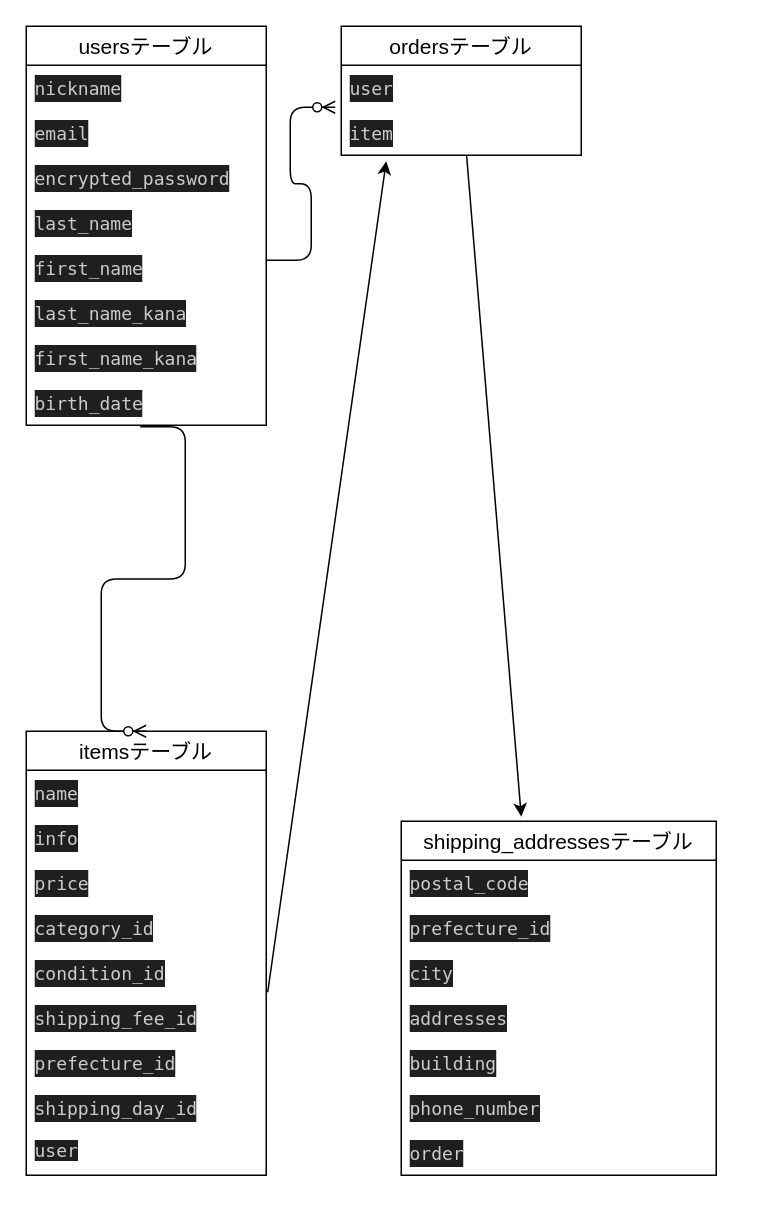
This is test.dio from kamisakoriku/furima-42223, a draw.io file, before an edit. Source tidied: cells renumbered, new cells numbered last; positions are measured from the earlier drawing's top-left corner, leaving out a move shared by most shapes. Both pictures are drawn from the tidied source at 150%, with x=0, y=0 at pixel (26, 26).
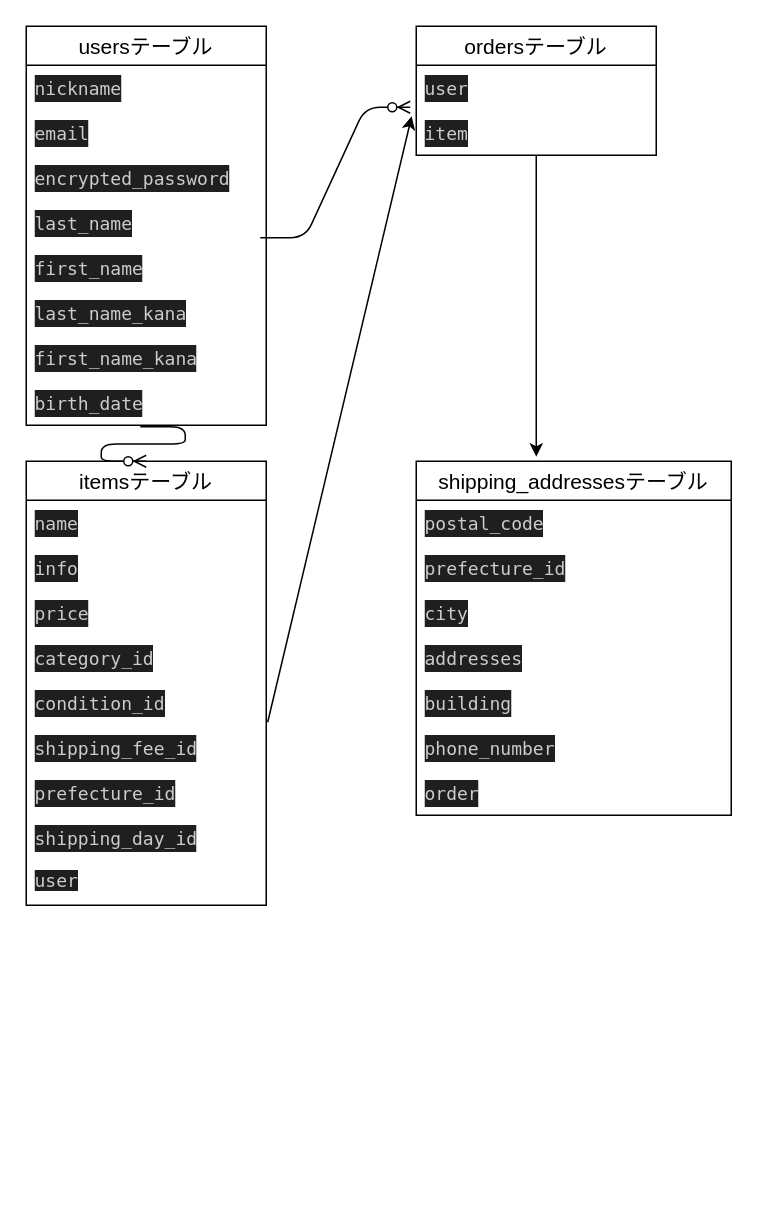
Above is the later version.

Unchanged cells that the change refers to:
```xml
<mxCell id="9" value="&lt;div style=&quot;color: rgb(204, 204, 204); background-color: rgb(31, 31, 31); font-family: Menlo, Monaco, &amp;quot;Courier New&amp;quot;, monospace; line-height: 18px; white-space: pre;&quot;&gt;&lt;span style=&quot;color: #cccccc;&quot;&gt;shipping_fee_id&lt;/span&gt;&lt;/div&gt;" style="text;strokeColor=none;fillColor=none;spacingLeft=4;spacingRight=4;overflow=hidden;points=[[0,0.5],[1,0.5]];portConstraint=eastwest;fontSize=12;whiteSpace=wrap;html=1;" parent="3" vertex="1">
  <mxGeometry y="176" width="160" height="30" as="geometry" />
</mxCell>
<mxCell id="17" value="&lt;div style=&quot;color: rgb(204, 204, 204); background-color: rgb(31, 31, 31); font-family: Menlo, Monaco, &amp;quot;Courier New&amp;quot;, monospace; line-height: 18px; white-space: pre;&quot;&gt;&lt;span style=&quot;color: #cccccc;&quot;&gt;last_name&lt;/span&gt;&lt;/div&gt;" style="text;strokeColor=none;fillColor=none;spacingLeft=4;spacingRight=4;overflow=hidden;points=[[0,0.5],[1,0.5]];portConstraint=eastwest;fontSize=12;whiteSpace=wrap;html=1;" parent="13" vertex="1">
  <mxGeometry y="116" width="160" height="30" as="geometry" />
</mxCell>
<mxCell id="31" value="&lt;div style=&quot;color: rgb(204, 204, 204); background-color: rgb(31, 31, 31); font-family: Menlo, Monaco, &amp;quot;Courier New&amp;quot;, monospace; line-height: 18px; white-space: pre;&quot;&gt;&lt;span style=&quot;color: #cccccc;&quot;&gt;user&lt;/span&gt;&lt;/div&gt;" style="text;strokeColor=none;fillColor=none;spacingLeft=4;spacingRight=4;overflow=hidden;points=[[0,0.5],[1,0.5]];portConstraint=eastwest;fontSize=12;whiteSpace=wrap;html=1;" parent="30" vertex="1">
  <mxGeometry y="26" width="160" height="30" as="geometry" />
</mxCell>
<mxCell id="32" value="&lt;div style=&quot;color: rgb(204, 204, 204); background-color: rgb(31, 31, 31); font-family: Menlo, Monaco, &amp;quot;Courier New&amp;quot;, monospace; line-height: 18px; white-space: pre;&quot;&gt;&lt;span style=&quot;color: #cccccc;&quot;&gt;item&lt;/span&gt;&lt;/div&gt;" style="text;strokeColor=none;fillColor=none;spacingLeft=4;spacingRight=4;overflow=hidden;points=[[0,0.5],[1,0.5]];portConstraint=eastwest;fontSize=12;whiteSpace=wrap;html=1;" parent="30" vertex="1">
  <mxGeometry y="56" width="160" height="30" as="geometry" />
</mxCell>
```

What changed in the source:
```diff
@@
-    <mxCell id="2" style="edgeStyle=none;html=1;exitX=1.006;exitY=-0.067;exitDx=0;exitDy=0;exitPerimeter=0;" parent="1" edge="1" source="9">
-      <mxGeometry relative="1" as="geometry">
-        <mxPoint x="240" y="90" as="targetPoint" />
-      </mxGeometry>
+    <mxCell id="2" style="edgeStyle=none;html=1;exitX=1.006;exitY=-0.067;exitDx=0;exitDy=0;exitPerimeter=0;entryX=-0.019;entryY=0.133;entryDx=0;entryDy=0;entryPerimeter=0;" parent="1" edge="1" source="9" target="32">
+      <mxGeometry relative="1" as="geometry" />
     </mxCell>
     <mxCell id="3" value="itemsテーブル" style="swimlane;fontStyle=0;horizontal=1;startSize=26;align=center;fontSize=14;" parent="1" vertex="1">
-      <mxGeometry y="470" width="160" height="296" as="geometry" />
+      <mxGeometry y="290" width="160" height="296" as="geometry" />
     </mxCell>
@@
     <mxCell id="22" value="shipping_addressesテーブル" style="swimlane;fontStyle=0;horizontal=1;startSize=26;align=center;fontSize=14;" parent="1" vertex="1">
-      <mxGeometry x="250" y="530" width="210" height="236" as="geometry" />
+      <mxGeometry x="260" y="290" width="210" height="236" as="geometry" />
     </mxCell>
@@
     <mxCell id="30" value="ordersテーブル" style="swimlane;fontStyle=0;horizontal=1;startSize=26;align=center;fontSize=14;" parent="1" vertex="1">
-      <mxGeometry x="210" width="160" height="86" as="geometry" />
+      <mxGeometry x="260" width="160" height="86" as="geometry" />
     </mxCell>
@@
-    <mxCell id="33" style="edgeStyle=entityRelationEdgeStyle;fontSize=12;html=1;endArrow=ERzeroToMany;endFill=1;entryX=-0.025;entryY=0.933;entryDx=0;entryDy=0;entryPerimeter=0;" parent="30" edge="1" target="31">
-      <mxGeometry relative="1" as="geometry">
-        <mxPoint x="-50" y="156" as="sourcePoint" />
-      </mxGeometry>
-    </mxCell>
@@
+    <mxCell id="33" style="edgeStyle=entityRelationEdgeStyle;fontSize=12;html=1;endArrow=ERzeroToMany;endFill=1;entryX=-0.025;entryY=0.933;entryDx=0;entryDy=0;entryPerimeter=0;exitX=0.975;exitY=0.833;exitDx=0;exitDy=0;exitPerimeter=0;" parent="1" edge="1" source="17" target="31">
+      <mxGeometry relative="1" as="geometry" />
+    </mxCell>
```
